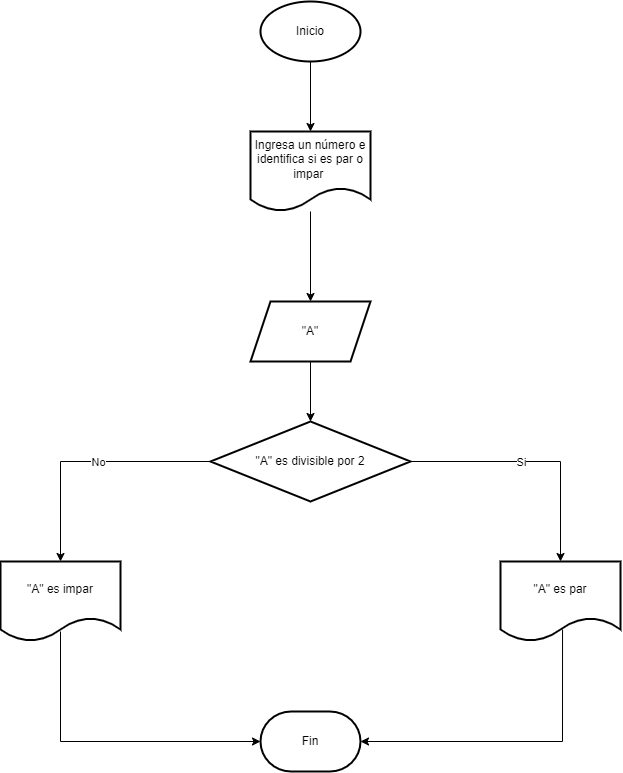
This is Diagrama sin título.drawio.png from revertd/class-projects, a draw.io export, as it was before one commit. Source tidied: cells renumbered, new cells last; positions are measured from the earlier drawing's top-left corner, leaving out a move shared by most shapes.
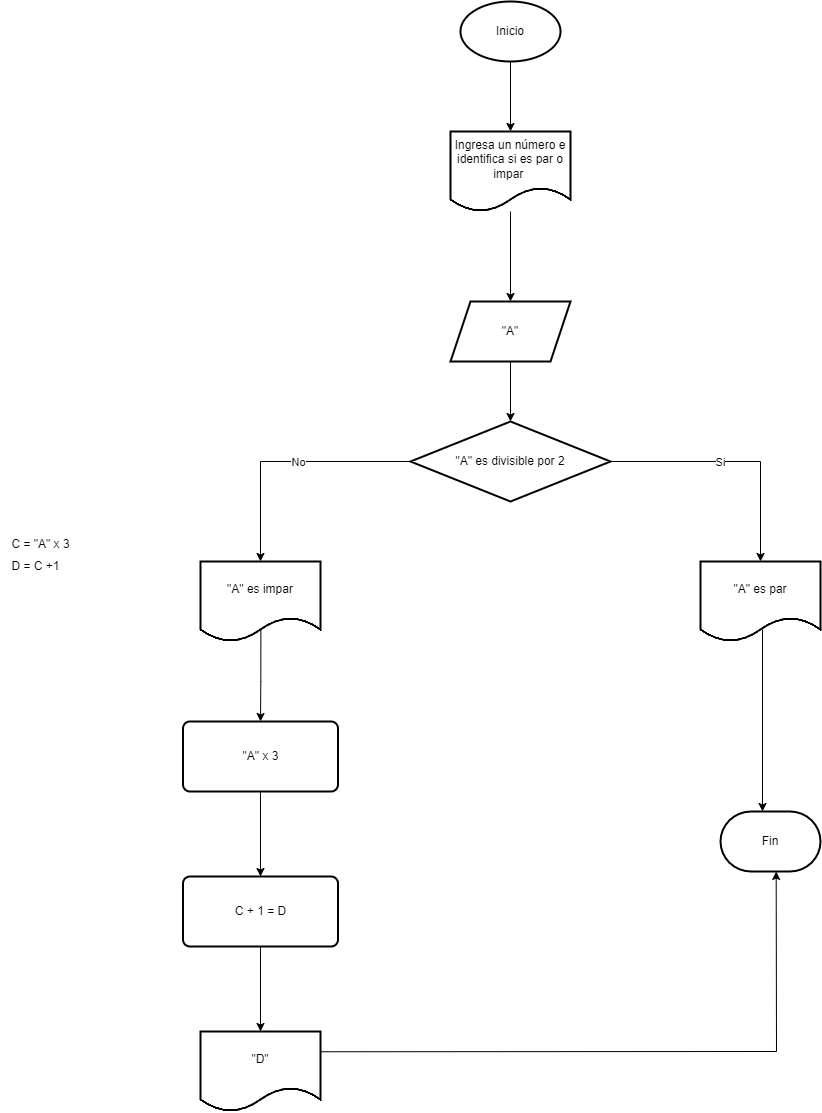
After the change.

Change to the diagram source:
```diff
@@ -37,28 +37,57 @@
     <mxCell id="12" value="&quot;A&quot; es divisible por 2" style="rhombus;whiteSpace=wrap;html=1;strokeWidth=2;" parent="1" vertex="1">
       <mxGeometry x="210" y="420" width="200" height="80" as="geometry" />
     </mxCell>
-    <mxCell id="13" style="edgeStyle=orthogonalEdgeStyle;rounded=0;jettySize=auto;html=1;entryX=1;entryY=0.5;entryDx=0;entryDy=0;entryPerimeter=0;exitX=0.517;exitY=0.85;exitDx=0;exitDy=0;exitPerimeter=0;" parent="1" edge="1" source="14" target="17">
+    <mxCell id="13" style="edgeStyle=orthogonalEdgeStyle;rounded=0;jettySize=auto;html=1;exitX=0.517;exitY=0.85;exitDx=0;exitDy=0;exitPerimeter=0;" parent="1" edge="1" source="14">
       <mxGeometry relative="1" as="geometry">
+        <mxPoint x="561" y="810" as="targetPoint" />
         <Array as="points">
-          <mxPoint x="562" y="740" />
+          <mxPoint x="562" y="810" />
         </Array>
       </mxGeometry>
     </mxCell>
     <mxCell id="14" value="&quot;A&quot; es par" style="shape=document;whiteSpace=wrap;html=1;boundedLbl=1;strokeWidth=2;" parent="1" vertex="1">
       <mxGeometry x="500" y="560" width="120" height="80" as="geometry" />
     </mxCell>
-    <mxCell id="15" style="edgeStyle=orthogonalEdgeStyle;rounded=0;jettySize=auto;html=1;entryX=0;entryY=0.5;entryDx=0;entryDy=0;entryPerimeter=0;exitX=0.5;exitY=0.875;exitDx=0;exitDy=0;exitPerimeter=0;" parent="1" edge="1" source="16" target="17">
-      <mxGeometry relative="1" as="geometry">
-        <Array as="points">
-          <mxPoint x="60" y="740" />
-        </Array>
-      </mxGeometry>
-    </mxCell>
+    <mxCell id="18" style="edgeStyle=orthogonalEdgeStyle;rounded=0;jettySize=auto;html=1;exitX=0.503;exitY=0.857;exitDx=0;exitDy=0;exitPerimeter=0;" parent="1" edge="1" source="16" target="20">
+      <mxGeometry relative="1" as="geometry" />
+    </mxCell>
     <mxCell id="16" value="&quot;A&quot; es impar" style="shape=document;whiteSpace=wrap;html=1;boundedLbl=1;strokeWidth=2;" parent="1" vertex="1">
       <mxGeometry y="560" width="120" height="80" as="geometry" />
     </mxCell>
     <mxCell id="17" value="Fin" style="strokeWidth=2;html=1;shape=mxgraph.flowchart.terminator;whiteSpace=wrap;" parent="1" vertex="1">
-      <mxGeometry x="260" y="710" width="100" height="60" as="geometry" />
+      <mxGeometry x="520" y="810" width="100" height="60" as="geometry" />
     </mxCell>
+    <mxCell id="19" style="edgeStyle=orthogonalEdgeStyle;rounded=0;jettySize=auto;html=1;" parent="1" edge="1" source="20">
+      <mxGeometry relative="1" as="geometry">
+        <mxPoint x="60" y="875" as="targetPoint" />
+      </mxGeometry>
+    </mxCell>
+    <mxCell id="20" value="&quot;A&quot; x 3" style="rounded=1;whiteSpace=wrap;html=1;absoluteArcSize=1;arcSize=14;strokeWidth=2;" parent="1" vertex="1">
+      <mxGeometry x="-17.5" y="720" width="155" height="70" as="geometry" />
+    </mxCell>
+    <mxCell id="21" value="C = &quot;A&quot; x 3" style="text;html=1;align=center;verticalAlign=middle;strokeColor=none;fillColor=none;" parent="1" vertex="1">
+      <mxGeometry x="-200" y="528" width="80" height="30" as="geometry" />
+    </mxCell>
+    <mxCell id="22" style="edgeStyle=orthogonalEdgeStyle;rounded=0;jettySize=auto;html=1;" parent="1" edge="1" source="23" target="25">
+      <mxGeometry relative="1" as="geometry" />
+    </mxCell>
+    <mxCell id="23" value="C + 1 = D" style="rounded=1;whiteSpace=wrap;html=1;absoluteArcSize=1;arcSize=14;strokeWidth=2;" parent="1" vertex="1">
+      <mxGeometry x="-17.5" y="875" width="155" height="70" as="geometry" />
+    </mxCell>
+    <mxCell id="24" value="D = C +1" style="text;html=1;align=center;verticalAlign=middle;strokeColor=none;fillColor=none;" parent="1" vertex="1">
+      <mxGeometry x="-200" y="550" width="70" height="30" as="geometry" />
+    </mxCell>
+    <mxCell id="25" value="&quot;D&quot;" style="shape=document;whiteSpace=wrap;html=1;boundedLbl=1;rounded=1;arcSize=14;strokeWidth=2;" parent="1" vertex="1">
+      <mxGeometry y="1030" width="120" height="80" as="geometry" />
+    </mxCell>
+    <mxCell id="26" style="endArrow=classic;html=1;rounded=0;entryX=0.564;entryY=1.077;entryDx=0;entryDy=0;entryPerimeter=0;exitX=1.006;exitY=0.311;exitDx=0;exitDy=0;exitPerimeter=0;" parent="1" edge="1">
+      <mxGeometry relative="1" as="geometry">
+        <mxPoint x="120" y="1050.3" as="sourcePoint" />
+        <mxPoint x="575.7" y="870" as="targetPoint" />
+        <Array as="points">
+          <mxPoint x="576" y="1050" />
+        </Array>
+      </mxGeometry>
+    </mxCell>
   </root>
 </mxGraphModel>
```
